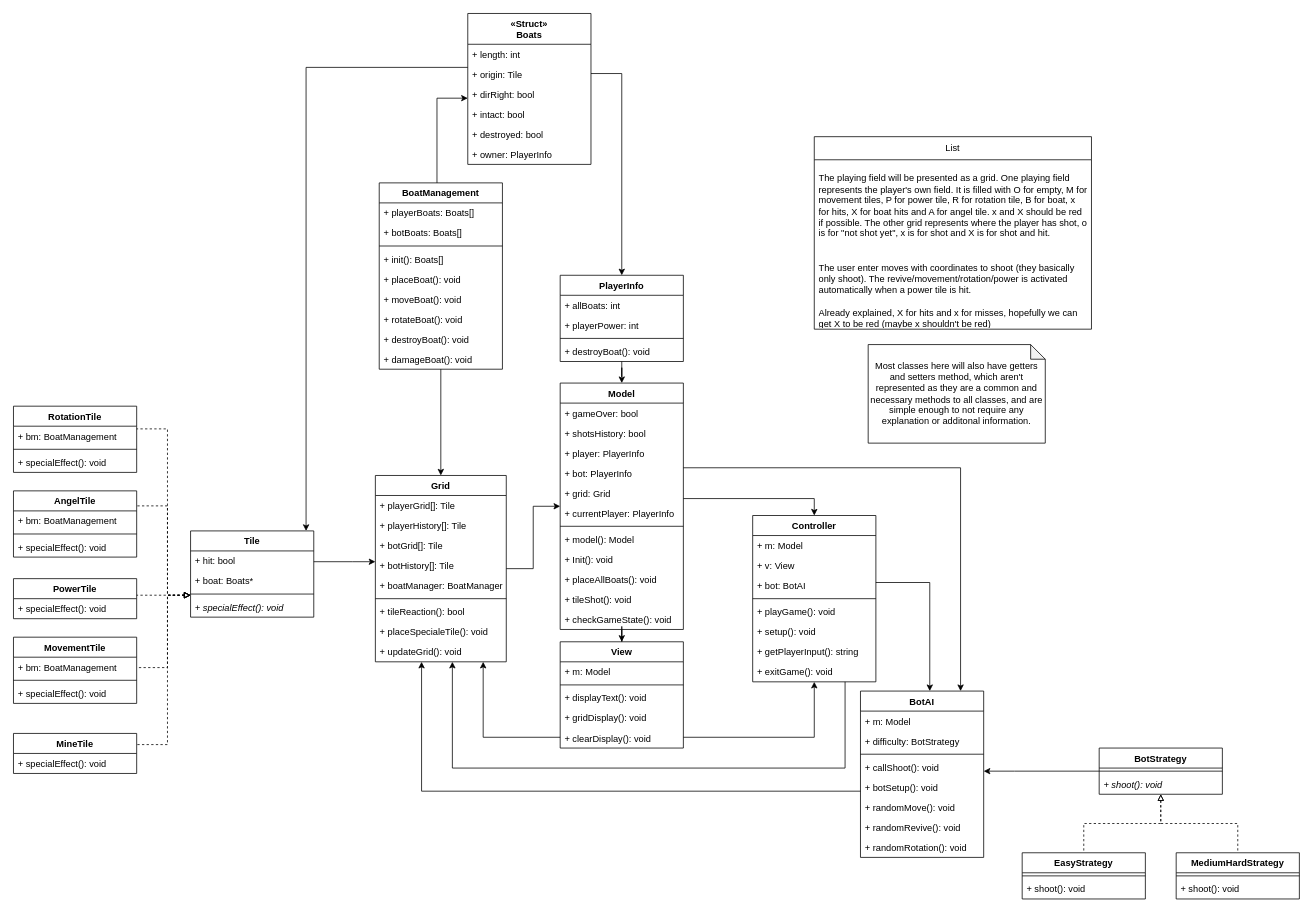
Before: page "Class Diagrams" (1 of 3) of Diagrams/Battleship.drawio in Krillenum/OOPOR4_exam, a draw.io diagram. Source tidied: cells renumbered, new cells numbered last; positions are measured from the earlier drawing's top-left corner, leaving out a move shared by most shapes. Both pictures are drawn from the tidied source at 77%, with x=0, y=0 at pixel (13, 13).
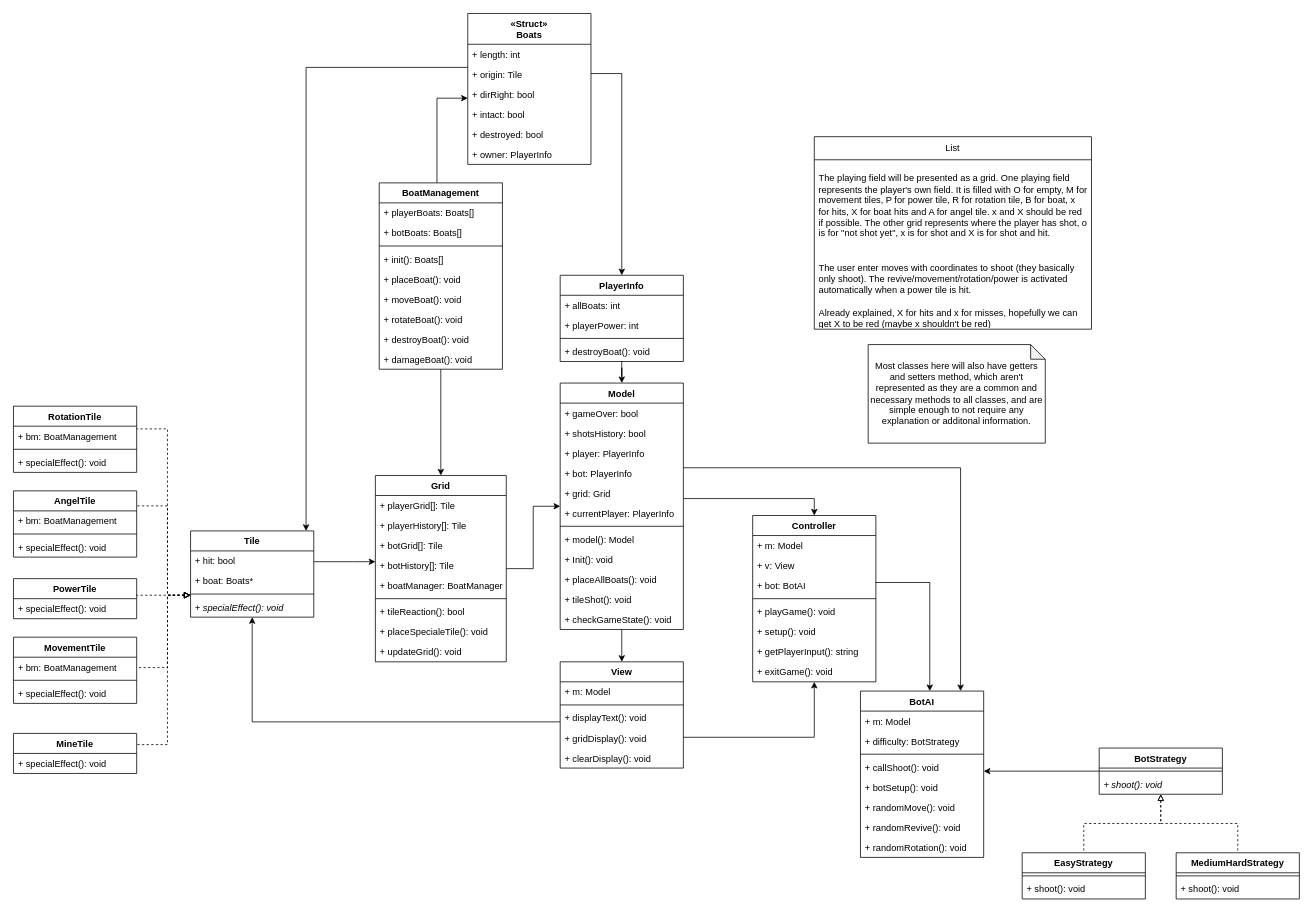
After the change.

The change refers to these unchanged cells:
```xml
<mxCell id="27" value="Controller" style="swimlane;fontStyle=1;align=center;verticalAlign=top;horizontal=1;startSize=26;" parent="1" vertex="1">
  <mxGeometry x="960" y="652" width="160" height="216" as="geometry" />
</mxCell>
<mxCell id="38" value="Grid" style="swimlane;fontStyle=1;align=center;verticalAlign=top;horizontal=1;startSize=26;" parent="1" vertex="1">
  <mxGeometry x="470" y="600" width="170" height="242" as="geometry" />
</mxCell>
<mxCell id="50" value="BotAI" style="swimlane;fontStyle=1;align=center;verticalAlign=top;horizontal=1;startSize=26;" parent="1" vertex="1">
  <mxGeometry x="1100" y="880" width="160" height="216" as="geometry" />
</mxCell>
<mxCell id="105" value="Tile" style="swimlane;fontStyle=1;align=center;verticalAlign=top;horizontal=1;startSize=26;" parent="1" vertex="1">
  <mxGeometry x="230" y="672" width="160" height="112" as="geometry" />
</mxCell>
```

Change to the diagram source:
```diff
@@
-    <mxCell id="18" style="edgeStyle=orthogonalEdgeStyle;rounded=0;jettySize=auto;html=1;" parent="1" edge="1" source="19" target="38">
-      <mxGeometry relative="1" as="geometry">
-        <Array as="points">
-          <mxPoint x="610" y="940" />
-        </Array>
-      </mxGeometry>
-    </mxCell>
     <mxCell id="19" value="View" style="swimlane;fontStyle=1;align=center;verticalAlign=top;horizontal=1;startSize=26;" parent="1" vertex="1">
-      <mxGeometry x="710" y="816" width="160" height="138" as="geometry" />
+      <mxGeometry x="710" y="842" width="160" height="138" as="geometry" />
     </mxCell>
@@
-    <mxCell id="26" style="edgeStyle=orthogonalEdgeStyle;rounded=0;jettySize=auto;html=1;" parent="1" edge="1" source="27" target="38">
-      <mxGeometry relative="1" as="geometry">
-        <Array as="points">
-          <mxPoint x="1080" y="980" />
-          <mxPoint x="570" y="980" />
-        </Array>
-      </mxGeometry>
-    </mxCell>
@@
-    <mxCell id="48" style="edgeStyle=orthogonalEdgeStyle;rounded=0;jettySize=auto;html=1;" parent="1" edge="1" source="50" target="38">
-      <mxGeometry relative="1" as="geometry">
-        <Array as="points">
-          <mxPoint x="530" y="1010" />
-        </Array>
-      </mxGeometry>
-    </mxCell>
@@
+    <mxCell id="129" style="edgeStyle=orthogonalEdgeStyle;rounded=0;jettySize=auto;html=1;startArrow=classic;startFill=1;endArrow=none;endFill=0;" parent="1" edge="1" source="105" target="19">
+      <mxGeometry relative="1" as="geometry">
+        <Array as="points">
+          <mxPoint x="310" y="920" />
+        </Array>
+      </mxGeometry>
+    </mxCell>
```
